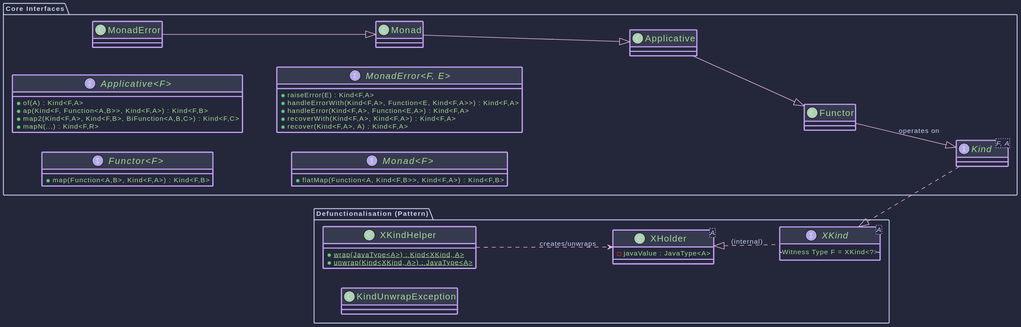
Before: hkj-book/src/images/puml/core_interfaces.svg, a diagram exported from PlantUML (higher-kinded-j/higher-kinded-j). Its diagram source:
```plantuml
@startuml
!include https://raw.githubusercontent.com/ncosta-ic/catppuccin-macchiato-plantuml-theme/main/theme.puml

left to right direction

package "Core Interfaces" {
    interface "Kind<F, A>" as Kind
    interface "Functor<F>" {
        + map(Function<A,B>, Kind<F,A>) : Kind<F,B>
    }
    interface "Applicative<F>" {
        + of(A) : Kind<F,A>
        + ap(Kind<F, Function<A,B>>, Kind<F,A>) : Kind<F,B>
        + map2(Kind<F,A>, Kind<F,B>, BiFunction<A,B,C>) : Kind<F,C>
        + mapN(...) : Kind<F,R>
    }
    interface "Monad<F>" {
        + flatMap(Function<A, Kind<F,B>>, Kind<F,A>) : Kind<F,B>
    }
    interface "MonadError<F, E>" {
        + raiseError(E) : Kind<F,A>
        + handleErrorWith(Kind<F,A>, Function<E, Kind<F,A>>) : Kind<F,A>
        + handleError(Kind<F,A>, Function<E,A>) : Kind<F,A>
        + recoverWith(Kind<F,A>, Kind<F,A>) : Kind<F,A>
        + recover(Kind<F,A>, A) : Kind<F,A>
    }

    Functor --|> Kind : operates on
    Applicative --|> Functor
    Monad --|> Applicative
    MonadError --|> Monad
}

package "Defunctionalisation (Pattern)" {
    class KindUnwrapException
    class "XKindHelper" as Helper {
        + {static} wrap(JavaType<A>) : Kind<XKind, A>
        + {static} unwrap(Kind<XKind, A>) : JavaType<A>
    }
    class "XHolder<A>" as Holder {
        - javaValue : JavaType<A>
    }
    interface "XKind<A>" as XKind {
       __ Witness Type F = XKind<?> __
    }

    XKind <|.. Kind
    Holder <|.. XKind : (internal)
    Helper ..> Holder : creates/unwraps
}
@enduml
```
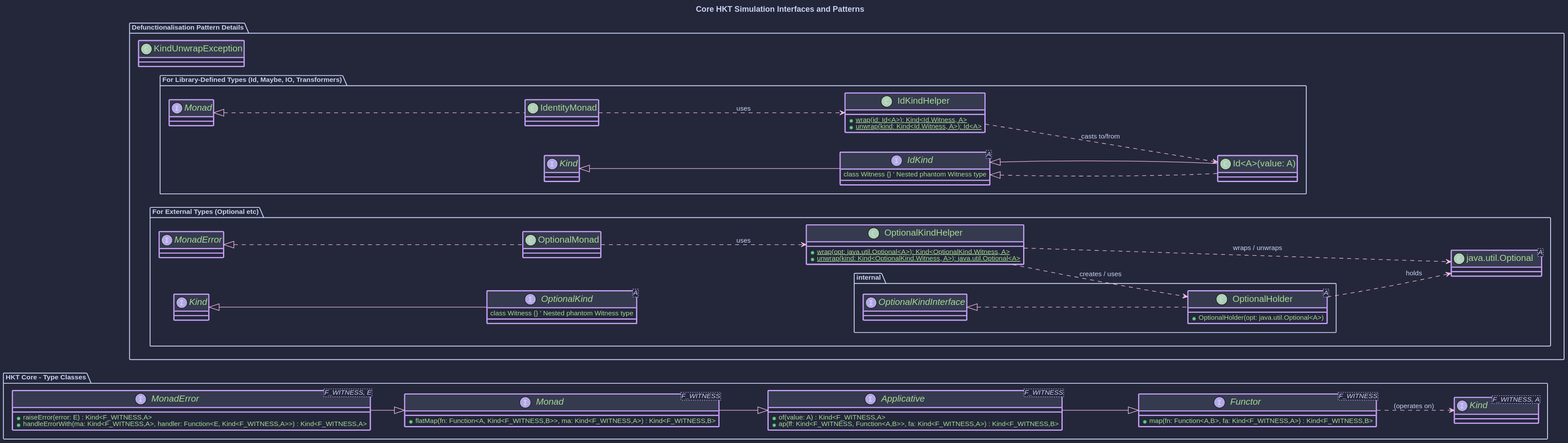
After the commit.

The edit, as a diff of the source:
```diff
@@ -1,51 +1,77 @@
 @startuml
 !include https://raw.githubusercontent.com/ncosta-ic/catppuccin-macchiato-plantuml-theme/main/theme.puml
 
+title Core HKT Simulation Interfaces and Patterns
+
 left to right direction
 
-package "Core Interfaces" {
-    interface "Kind<F, A>" as Kind
-    interface "Functor<F>" {
-        + map(Function<A,B>, Kind<F,A>) : Kind<F,B>
+package "HKT Core - Type Classes" {
+    interface "Kind<F_WITNESS, A>" as Kind {
     }
-    interface "Applicative<F>" {
-        + of(A) : Kind<F,A>
-        + ap(Kind<F, Function<A,B>>, Kind<F,A>) : Kind<F,B>
-        + map2(Kind<F,A>, Kind<F,B>, BiFunction<A,B,C>) : Kind<F,C>
-        + mapN(...) : Kind<F,R>
+    interface "Functor<F_WITNESS>" as Functor {
+        + map(fn: Function<A,B>, fa: Kind<F_WITNESS,A>) : Kind<F_WITNESS,B>
     }
-    interface "Monad<F>" {
-        + flatMap(Function<A, Kind<F,B>>, Kind<F,A>) : Kind<F,B>
+    interface "Applicative<F_WITNESS>" as Applicative {
+        + of(value: A) : Kind<F_WITNESS,A>
+        + ap(ff: Kind<F_WITNESS, Function<A,B>>, fa: Kind<F_WITNESS,A>) : Kind<F_WITNESS,B>
     }
-    interface "MonadError<F, E>" {
-        + raiseError(E) : Kind<F,A>
-        + handleErrorWith(Kind<F,A>, Function<E, Kind<F,A>>) : Kind<F,A>
-        + handleError(Kind<F,A>, Function<E,A>) : Kind<F,A>
-        + recoverWith(Kind<F,A>, Kind<F,A>) : Kind<F,A>
-        + recover(Kind<F,A>, A) : Kind<F,A>
+    interface "Monad<F_WITNESS>" as Monad {
+        + flatMap(fn: Function<A, Kind<F_WITNESS,B>>, ma: Kind<F_WITNESS,A>) : Kind<F_WITNESS,B>
+    }
+    interface "MonadError<F_WITNESS, E>" as MonadError {
+        + raiseError(error: E) : Kind<F_WITNESS,A>
+        + handleErrorWith(ma: Kind<F_WITNESS,A>, handler: Function<E, Kind<F_WITNESS,A>>) : Kind<F_WITNESS,A>
     }
 
-    Functor --|> Kind : operates on
+    Functor ..> Kind : (operates on)
     Applicative --|> Functor
     Monad --|> Applicative
     MonadError --|> Monad
 }
+package "Defunctionalisation Pattern Details" {
+    class KindUnwrapException
 
-package "Defunctionalisation (Pattern)" {
-    class KindUnwrapException
-    class "XKindHelper" as Helper {
-        + {static} wrap(JavaType<A>) : Kind<XKind, A>
-        + {static} unwrap(Kind<XKind, A>) : JavaType<A>
-    }
-    class "XHolder<A>" as Holder {
-        - javaValue : JavaType<A>
-    }
-    interface "XKind<A>" as XKind {
-       __ Witness Type F = XKind<?> __
+    package "For External Types (Optional etc)" {
+        interface "OptionalKind<A>" as OptionalKindInterface extends Kind<OptionalKind.Witness, A> {
+            class Witness {} ' Nested phantom Witness type
+        }
+        class "java.util.Optional<A>" as JavaOptional {}
+
+        package "internal" {
+            class "OptionalHolder<A>" as OptionalHolder implements OptionalKindInterface {
+             + OptionalHolder(opt: java.util.Optional<A>)
+            }
+        }
+        OptionalKindHelper ..> OptionalHolder : "creates / uses"
+        OptionalKindHelper ..> JavaOptional : "wraps / unwraps"
+        OptionalHolder ..> JavaOptional : "holds"
+
+        class "OptionalKindHelper" as OptionalKindHelper {
+            + {static} wrap(opt: java.util.Optional<A>): Kind<OptionalKind.Witness, A>
+            + {static} unwrap(kind: Kind<OptionalKind.Witness, A>): java.util.Optional<A>
+        }
+        class "OptionalMonad" as OptionalMonad implements MonadError<OptionalKind.Witness, java.lang.Void> {
+        }
+        OptionalMonad ..> OptionalKindHelper : "uses"
     }
 
-    XKind <|.. Kind
-    Holder <|.. XKind : (internal)
-    Helper ..> Holder : creates/unwraps
+    package "For Library-Defined Types (Id, Maybe, IO, Transformers)" {
+        interface "IdKind<A>" as IdKindInterface extends Kind<Id.Witness, A> {
+            class Witness {} ' Nested phantom Witness type
+        }
+        class "Id<A>(value: A)" as IdRecord implements IdKindInterface {
+        }
+        IdRecord --|> IdKindInterface
+
+        class "IdKindHelper" as IdKindHelper {
+            + {static} wrap(id: Id<A>): Kind<Id.Witness, A>
+            + {static} unwrap(kind: Kind<Id.Witness, A>): Id<A>
+        }
+        IdKindHelper ..> IdRecord : "casts to/from"
+
+        class "IdentityMonad" as IdentityMonad implements Monad<Id.Witness> {
+        }
+        IdentityMonad ..> IdKindHelper : "uses"
+    }
 }
 @enduml
```
